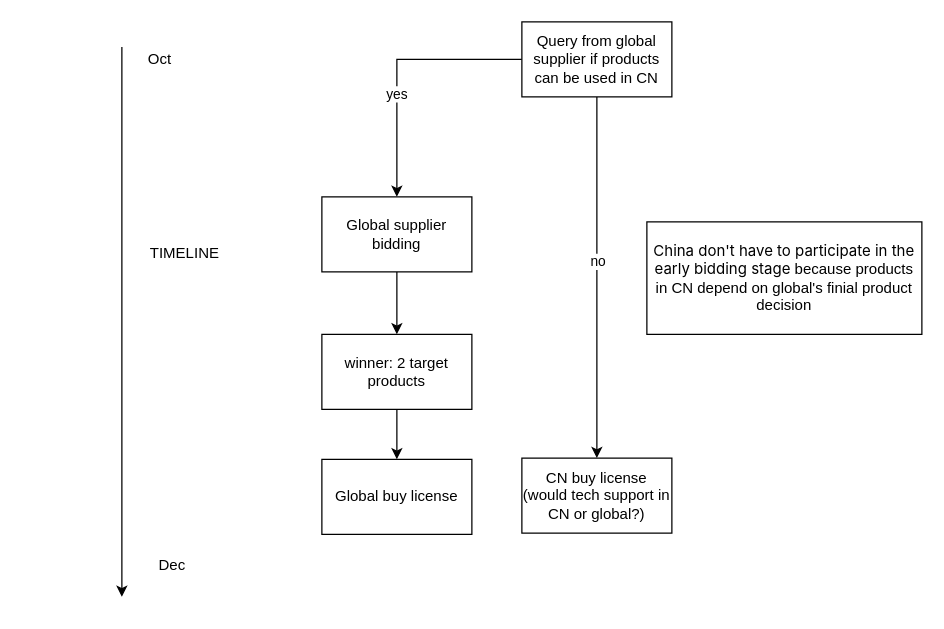
The draw.io diagram 未命名绘图.drawio in sjlmsj/aaa, before the edit. Source tidied: cells renumbered, new cells numbered last; positions are measured from the earlier drawing's top-left corner, leaving out a move shared by most shapes. Both pictures are drawn from the tidied source at 125%, with x=0, y=0 at pixel (121, 21).
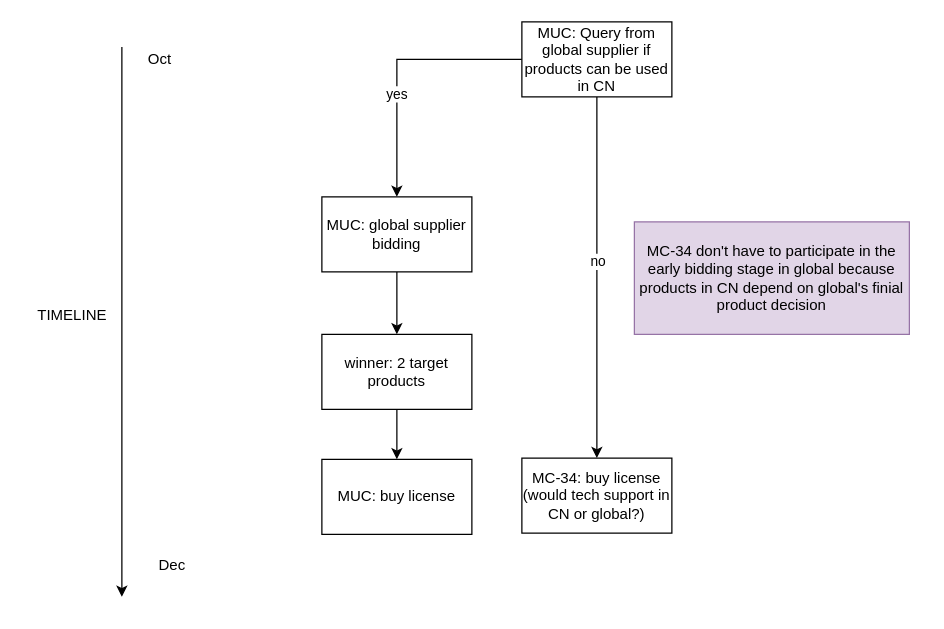
After the change.

Diff of the diagram source:
```diff
@@
 <mxGraphModel>
   <root>
     <mxCell id="0" />
     <mxCell id="1" parent="0" />
     <mxCell id="2" style="edgeStyle=orthogonalEdgeStyle;rounded=0;jettySize=auto;html=1;exitX=0.5;exitY=1;exitDx=0;exitDy=0;" parent="1" edge="1" source="10" target="4">
       <mxGeometry relative="1" as="geometry" />
     </mxCell>
     <mxCell id="3" style="edgeStyle=orthogonalEdgeStyle;rounded=0;jettySize=auto;html=1;" parent="1" edge="1" source="4" target="16">
       <mxGeometry relative="1" as="geometry" />
     </mxCell>
     <mxCell id="4" value="winner: 2 target products" style="rounded=0;whiteSpace=wrap;html=1;" parent="1" vertex="1">
       <mxGeometry x="160" y="250" width="120" height="60" as="geometry" />
     </mxCell>
     <mxCell id="5" style="edgeStyle=orthogonalEdgeStyle;rounded=0;jettySize=auto;html=1;" parent="1" edge="1" source="9" target="10">
       <mxGeometry relative="1" as="geometry" />
     </mxCell>
     <mxCell id="6" value="yes" style="edgeLabel;html=1;align=center;verticalAlign=middle;" parent="5" vertex="1">
       <mxGeometry x="0.21" y="-1" relative="1" as="geometry" />
     </mxCell>
     <mxCell id="7" style="edgeStyle=orthogonalEdgeStyle;rounded=0;jettySize=auto;html=1;entryX=0.5;entryY=0;entryDx=0;entryDy=0;" parent="1" edge="1" source="9" target="11">
       <mxGeometry relative="1" as="geometry" />
     </mxCell>
     <mxCell id="8" value="no" style="edgeLabel;html=1;align=center;verticalAlign=middle;" parent="7" vertex="1">
       <mxGeometry x="-0.09" relative="1" as="geometry" />
     </mxCell>
-    <mxCell id="9" value="Query from global supplier if products can be used in CN" style="rounded=0;whiteSpace=wrap;html=1;" parent="1" vertex="1">
+    <mxCell id="9" value="MUC: Query from global supplier if products can be used in CN" style="rounded=0;whiteSpace=wrap;html=1;" parent="1" vertex="1">
       <mxGeometry x="320" width="120" height="60" as="geometry" />
     </mxCell>
-    <mxCell id="10" value="Global supplier bidding" style="rounded=0;whiteSpace=wrap;html=1;" parent="1" vertex="1">
+    <mxCell id="10" value="MUC: global supplier bidding" style="rounded=0;whiteSpace=wrap;html=1;" parent="1" vertex="1">
       <mxGeometry x="160" y="140" width="120" height="60" as="geometry" />
     </mxCell>
-    <mxCell id="11" value="CN buy license&lt;div&gt;(would tech support in CN or global?)&lt;/div&gt;" style="rounded=0;whiteSpace=wrap;html=1;" parent="1" vertex="1">
+    <mxCell id="11" value="MC-34: buy license&lt;div&gt;(would tech support in CN or global?)&lt;/div&gt;" style="rounded=0;whiteSpace=wrap;html=1;" parent="1" vertex="1">
       <mxGeometry x="320" y="349" width="120" height="60" as="geometry" />
     </mxCell>
     <mxCell id="12" style="endArrow=classic;html=1;rounded=0;" parent="1" edge="1">
       <mxGeometry relative="1" as="geometry">
         <mxPoint y="20" as="sourcePoint" />
         <mxPoint y="460" as="targetPoint" />
       </mxGeometry>
     </mxCell>
     <mxCell id="13" value="TIMELINE" style="text;html=1;align=center;verticalAlign=middle;strokeColor=none;fillColor=none;" parent="1" vertex="1">
-      <mxGeometry x="10" y="170" width="80" height="30" as="geometry" />
+      <mxGeometry x="-80" y="220" width="80" height="30" as="geometry" />
     </mxCell>
     <mxCell id="14" value="Oct" style="text;html=1;align=center;verticalAlign=middle;strokeColor=none;fillColor=none;" parent="1" vertex="1">
       <mxGeometry x="10" y="15" width="40" height="30" as="geometry" />
     </mxCell>
     <mxCell id="15" value="Dec" style="text;html=1;align=center;verticalAlign=middle;strokeColor=none;fillColor=none;" parent="1" vertex="1">
       <mxGeometry x="20" y="420" width="40" height="30" as="geometry" />
     </mxCell>
-    <mxCell id="16" value="Global buy license" style="whiteSpace=wrap;html=1;rounded=0;" parent="1" vertex="1">
+    <mxCell id="16" value="MUC: buy license" style="whiteSpace=wrap;html=1;rounded=0;" parent="1" vertex="1">
       <mxGeometry x="160" y="350" width="120" height="60" as="geometry" />
     </mxCell>
-    <mxCell id="17" value="&lt;font style=&quot;font-size: 12px;&quot;&gt;&lt;span style=&quot;font-family: -apple-system, &amp;quot;system-ui&amp;quot;, &amp;quot;Segoe UI&amp;quot;, Roboto, Helvetica, Arial, sans-serif, &amp;quot;Apple Color Emoji&amp;quot;, &amp;quot;Segoe UI Emoji&amp;quot;, &amp;quot;Segoe UI Symbol&amp;quot;; text-align: left; background-color: rgb(255, 255, 255);&quot;&gt;China don't have to participate in the early bidding stage&lt;/span&gt;&amp;nbsp;because products in CN depend on global's finial product decision&lt;/font&gt;" style="rounded=0;whiteSpace=wrap;html=1;" parent="1" vertex="1">
-      <mxGeometry x="420" y="160" width="220" height="90" as="geometry" />
+    <mxCell id="17" value="MC-34 don't have to participate in the early bidding stage in global because products in CN depend on global's finial product decision" style="rounded=0;whiteSpace=wrap;html=1;fillColor=#e1d5e7;strokeColor=#9673a6;" parent="1" vertex="1">
+      <mxGeometry x="410" y="160" width="220" height="90" as="geometry" />
     </mxCell>
   </root>
 </mxGraphModel>
```
